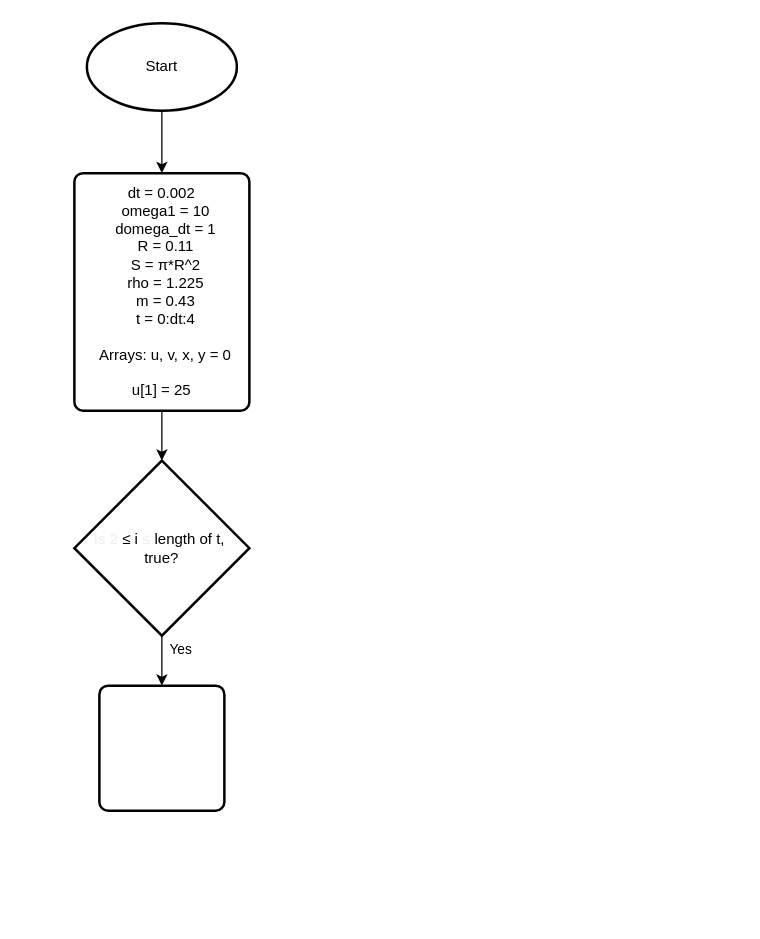
Above: Untitled Diagram.drawio in Schlubs/MATLAB3 (draw.io), before the change. Source tidied: cells renumbered, new cells numbered last; positions are measured from the earlier drawing's top-left corner, leaving out a move shared by most shapes. Both pictures are drawn from the tidied source at 125%, with x=0, y=0 at pixel (74, 22).
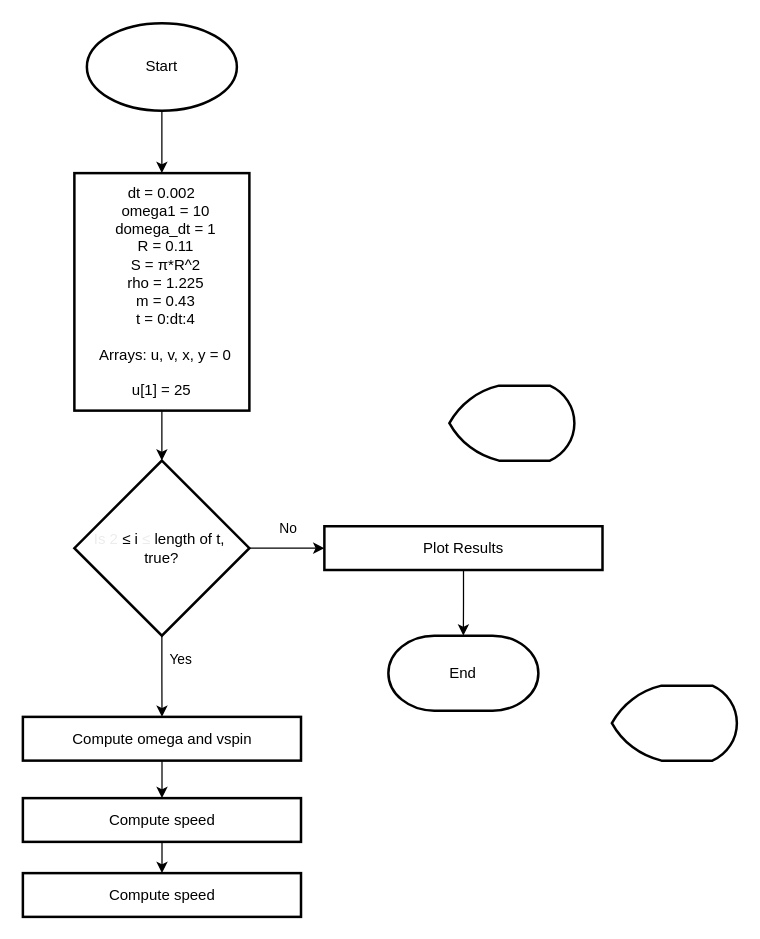
The same page after the edit.

The change refers to these unchanged cells:
```xml
<mxCell id="8" value="&lt;font style=&quot;&quot;&gt;&lt;font style=&quot;color: light-dark(rgb(236, 236, 236), rgb(255, 255, 255));&quot;&gt;Is 2&lt;/font&gt;&lt;span style=&quot;color: light-dark(rgb(0, 0, 0), rgb(255, 255, 255));&quot;&gt; &lt;span style=&quot;font-family: &amp;quot;Google Sans&amp;quot;, Arial, sans-serif; text-align: start;&quot;&gt;&lt;font style=&quot;&quot;&gt;≤&lt;/font&gt;&lt;/span&gt;&lt;/span&gt;&lt;font style=&quot;color: light-dark(rgb(236, 236, 236), rgb(255, 255, 255));&quot;&gt;&amp;nbsp;&lt;/font&gt;&lt;span style=&quot;color: light-dark(rgb(0, 0, 0), rgb(255, 255, 255)); background-color: transparent;&quot;&gt;i&amp;nbsp;&lt;/span&gt;&lt;span style=&quot;font-family: &amp;quot;Google Sans&amp;quot;, Arial, sans-serif; text-align: start; color: rgb(236, 236, 236);&quot;&gt;&lt;font style=&quot;color: light-dark(rgb(236, 236, 236), rgb(255, 255, 255));&quot;&gt;≤&lt;/font&gt;&lt;/span&gt;&lt;span style=&quot;color: light-dark(rgb(0, 0, 0), rgb(255, 255, 255)); background-color: transparent;&quot;&gt;&amp;nbsp;length of t,&amp;nbsp;&lt;/span&gt;&lt;/font&gt;&lt;div&gt;&lt;div&gt;true?&lt;/div&gt;&lt;/div&gt;" style="strokeWidth=2;html=1;shape=mxgraph.flowchart.decision;whiteSpace=wrap;" parent="1" vertex="1">
  <mxGeometry y="350" width="140" height="140" as="geometry" />
</mxCell>
```

The edit, as a diff of the source:
```diff
@@
-    <mxCell id="5" value="&lt;div&gt;&lt;span style=&quot;background-color: transparent; color: light-dark(rgb(0, 0, 0), rgb(255, 255, 255));&quot;&gt;dt = 0.002&lt;/span&gt;&lt;/div&gt;&lt;div&gt;&amp;nbsp; omega1 = 10&lt;/div&gt;&lt;div&gt;&amp;nbsp; domega_dt = 1&lt;/div&gt;&lt;div&gt;&amp;nbsp; R = 0.11&lt;/div&gt;&lt;div&gt;&amp;nbsp; S = π*R^2&lt;/div&gt;&lt;div&gt;&amp;nbsp; rho = 1.225&lt;/div&gt;&lt;div&gt;&amp;nbsp; m = 0.43&lt;/div&gt;&lt;div&gt;&amp;nbsp; t = 0:dt:4&lt;/div&gt;&lt;div&gt;&lt;br&gt;&lt;/div&gt;&lt;div&gt;&amp;nbsp; Arrays: u, v, x, y = 0&lt;/div&gt;&lt;div&gt;&amp;nbsp;&amp;nbsp;&lt;/div&gt;&lt;div&gt;u[1] = 25&lt;/div&gt;" style="rounded=1;whiteSpace=wrap;html=1;absoluteArcSize=1;arcSize=14;strokeWidth=2;" parent="1" vertex="1">
+    <mxCell id="5" value="&lt;div&gt;&lt;span style=&quot;background-color: transparent; color: light-dark(rgb(0, 0, 0), rgb(255, 255, 255));&quot;&gt;dt = 0.002&lt;/span&gt;&lt;/div&gt;&lt;div&gt;&amp;nbsp; omega1 = 10&lt;/div&gt;&lt;div&gt;&amp;nbsp; domega_dt = 1&lt;/div&gt;&lt;div&gt;&amp;nbsp; R = 0.11&lt;/div&gt;&lt;div&gt;&amp;nbsp; S = π*R^2&lt;/div&gt;&lt;div&gt;&amp;nbsp; rho = 1.225&lt;/div&gt;&lt;div&gt;&amp;nbsp; m = 0.43&lt;/div&gt;&lt;div&gt;&amp;nbsp; t = 0:dt:4&lt;/div&gt;&lt;div&gt;&lt;br&gt;&lt;/div&gt;&lt;div&gt;&amp;nbsp; Arrays: u, v, x, y = 0&lt;/div&gt;&lt;div&gt;&amp;nbsp;&amp;nbsp;&lt;/div&gt;&lt;div&gt;u[1] = 25&lt;/div&gt;" style="rounded=1;whiteSpace=wrap;html=1;absoluteArcSize=1;arcSize=0;strokeWidth=2;" parent="1" vertex="1">
       <mxGeometry y="120" width="140" height="190" as="geometry" />
     </mxCell>
@@
+    <mxCell id="10" style="edgeStyle=orthogonalEdgeStyle;rounded=0;jettySize=auto;html=1;" parent="1" edge="1" source="8" target="20">
+      <mxGeometry relative="1" as="geometry" />
+    </mxCell>
+    <mxCell id="11" value="No" style="edgeLabel;html=1;align=center;verticalAlign=middle;" parent="10" vertex="1">
+      <mxGeometry x="0.21" y="5" relative="1" as="geometry">
+        <mxPoint x="-6" y="-12" as="offset" />
+      </mxGeometry>
+    </mxCell>
@@
+    <mxCell id="12" style="edgeStyle=orthogonalEdgeStyle;rounded=0;jettySize=auto;html=1;" parent="1" edge="1" source="9" target="17">
+      <mxGeometry relative="1" as="geometry" />
+    </mxCell>
-    <mxCell id="9" style="rounded=1;whiteSpace=wrap;html=1;absoluteArcSize=1;arcSize=14;strokeWidth=2;" parent="1" vertex="1">
-      <mxGeometry x="20" y="530" width="100" height="100" as="geometry" />
+    <mxCell id="9" value="Compute omega and vspin" style="rounded=1;whiteSpace=wrap;absoluteArcSize=1;arcSize=0;strokeWidth=2;align=center;verticalAlign=middle;" parent="1" vertex="1">
+      <mxGeometry x="-41.2" y="555" width="222.5" height="35" as="geometry" />
     </mxCell>
+    <mxCell id="13" value="End" style="strokeWidth=2;html=1;shape=mxgraph.flowchart.terminator;whiteSpace=wrap;" parent="1" vertex="1">
+      <mxGeometry x="251.2" y="490" width="120" height="60" as="geometry" />
+    </mxCell>
+    <mxCell id="14" style="strokeWidth=2;html=1;shape=mxgraph.flowchart.display;whiteSpace=wrap;" parent="1" vertex="1">
+      <mxGeometry x="430" y="530" width="100" height="60" as="geometry" />
+    </mxCell>
+    <mxCell id="15" style="strokeWidth=2;html=1;shape=mxgraph.flowchart.display;whiteSpace=wrap;" parent="1" vertex="1">
+      <mxGeometry x="300" y="290" width="100" height="60" as="geometry" />
+    </mxCell>
+    <mxCell id="16" style="edgeStyle=orthogonalEdgeStyle;rounded=0;jettySize=auto;html=1;" parent="1" edge="1" source="17" target="18">
+      <mxGeometry relative="1" as="geometry" />
+    </mxCell>
+    <mxCell id="17" value="Compute speed" style="rounded=1;absoluteArcSize=1;arcSize=0;strokeWidth=2;align=center;verticalAlign=middle;whiteSpace=wrap;" parent="1" vertex="1">
+      <mxGeometry x="-41.2" y="620" width="222.5" height="35" as="geometry" />
+    </mxCell>
+    <mxCell id="18" value="Compute speed" style="rounded=1;absoluteArcSize=1;arcSize=0;strokeWidth=2;align=center;verticalAlign=middle;whiteSpace=wrap;" parent="1" vertex="1">
+      <mxGeometry x="-41.2" y="680" width="222.5" height="35" as="geometry" />
+    </mxCell>
+    <mxCell id="19" style="edgeStyle=orthogonalEdgeStyle;rounded=0;jettySize=auto;html=1;" parent="1" edge="1" source="20" target="13">
+      <mxGeometry relative="1" as="geometry" />
+    </mxCell>
+    <mxCell id="20" value="Plot Results" style="rounded=1;absoluteArcSize=1;arcSize=0;strokeWidth=2;align=center;verticalAlign=middle;whiteSpace=wrap;" parent="1" vertex="1">
+      <mxGeometry x="200" y="402.5" width="222.5" height="35" as="geometry" />
+    </mxCell>
```
